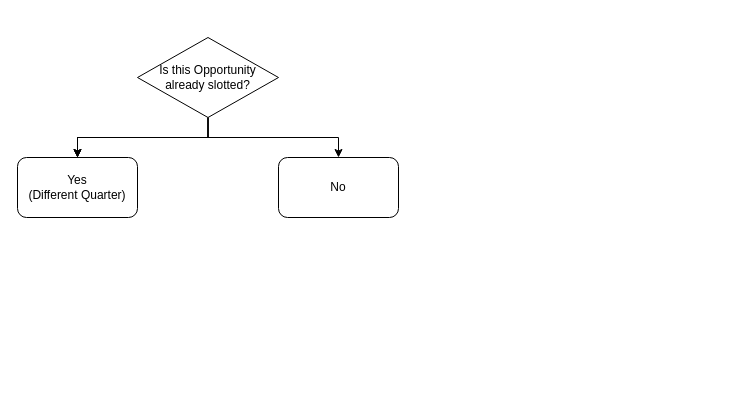
Before: md/Slot Optimization Program Qualification.drawio in dclose84/Training, a draw.io diagram. Source tidied: cells renumbered, new cells numbered last; positions are measured from the earlier drawing's top-left corner, leaving out a move shared by most shapes. Both pictures are drawn from the tidied source at 100%, with x=0, y=0 at pixel (17, 37).
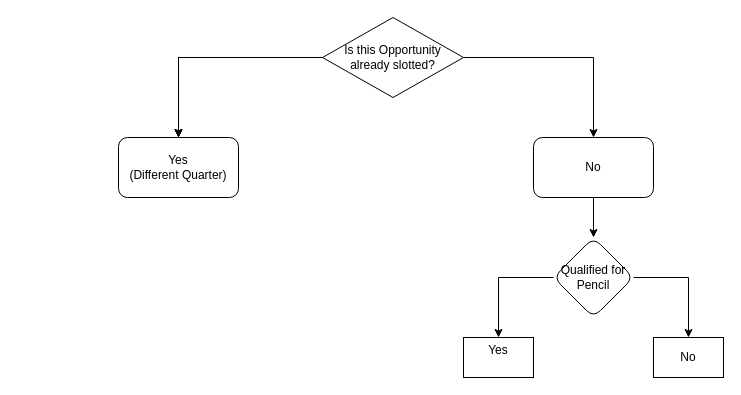
The same diagram, later.

The edit, as a diff of the source:
```diff
@@
 <mxGraphModel>
   <root>
     <mxCell id="0" />
     <mxCell id="1" parent="0" />
     <mxCell id="2" style="edgeStyle=orthogonalEdgeStyle;rounded=0;jettySize=auto;html=1;" parent="1" edge="1" source="6" target="7">
       <mxGeometry relative="1" as="geometry" />
     </mxCell>
     <mxCell id="3" style="edgeStyle=orthogonalEdgeStyle;rounded=0;jettySize=auto;html=1;" parent="1" edge="1" source="6" target="7">
       <mxGeometry relative="1" as="geometry" />
     </mxCell>
     <mxCell id="4" style="edgeStyle=orthogonalEdgeStyle;rounded=0;jettySize=auto;html=1;" parent="1" edge="1" source="6" target="7">
       <mxGeometry relative="1" as="geometry" />
     </mxCell>
     <mxCell id="5" style="edgeStyle=orthogonalEdgeStyle;rounded=0;jettySize=auto;html=1;" parent="1" edge="1" source="6" target="8">
       <mxGeometry relative="1" as="geometry" />
     </mxCell>
     <mxCell id="6" value="&lt;font&gt;Is this Opportunity already slotted?&lt;/font&gt;" style="rhombus;whiteSpace=wrap;html=1;" parent="1" vertex="1">
-      <mxGeometry x="120" width="141" height="80" as="geometry" />
+      <mxGeometry x="305" y="-20" width="141" height="80" as="geometry" />
     </mxCell>
     <mxCell id="7" value="Yes&lt;div&gt;(Different Quarter)&lt;/div&gt;" style="rounded=1;whiteSpace=wrap;html=1;" parent="1" vertex="1">
-      <mxGeometry y="120" width="120" height="60" as="geometry" />
+      <mxGeometry x="101" y="100" width="120" height="60" as="geometry" />
     </mxCell>
+    <mxCell id="9" style="edgeStyle=orthogonalEdgeStyle;rounded=0;jettySize=auto;html=1;" parent="1" edge="1" source="8" target="12">
+      <mxGeometry relative="1" as="geometry" />
+    </mxCell>
     <mxCell id="8" value="No" style="rounded=1;whiteSpace=wrap;html=1;" parent="1" vertex="1">
-      <mxGeometry x="261" y="120" width="120" height="60" as="geometry" />
+      <mxGeometry x="516" y="100" width="120" height="60" as="geometry" />
     </mxCell>
+    <mxCell id="10" style="edgeStyle=orthogonalEdgeStyle;rounded=0;jettySize=auto;html=1;" parent="1" edge="1" source="12" target="14">
+      <mxGeometry relative="1" as="geometry" />
+    </mxCell>
+    <mxCell id="11" style="edgeStyle=orthogonalEdgeStyle;rounded=0;jettySize=auto;html=1;" parent="1" edge="1" source="12" target="13">
+      <mxGeometry relative="1" as="geometry" />
+    </mxCell>
+    <mxCell id="12" value="Qualified for Pencil" style="rhombus;whiteSpace=wrap;html=1;rounded=1;" parent="1" vertex="1">
+      <mxGeometry x="536" y="200" width="80" height="80" as="geometry" />
+    </mxCell>
+    <mxCell id="13" value="No" style="rounded=0;whiteSpace=wrap;html=1;" parent="1" vertex="1">
+      <mxGeometry x="636" y="300" width="70" height="40" as="geometry" />
+    </mxCell>
+    <mxCell id="14" value="Yes&lt;div&gt;&lt;br&gt;&lt;/div&gt;" style="rounded=0;whiteSpace=wrap;html=1;" parent="1" vertex="1">
+      <mxGeometry x="446" y="300" width="70" height="40" as="geometry" />
+    </mxCell>
   </root>
 </mxGraphModel>
```
